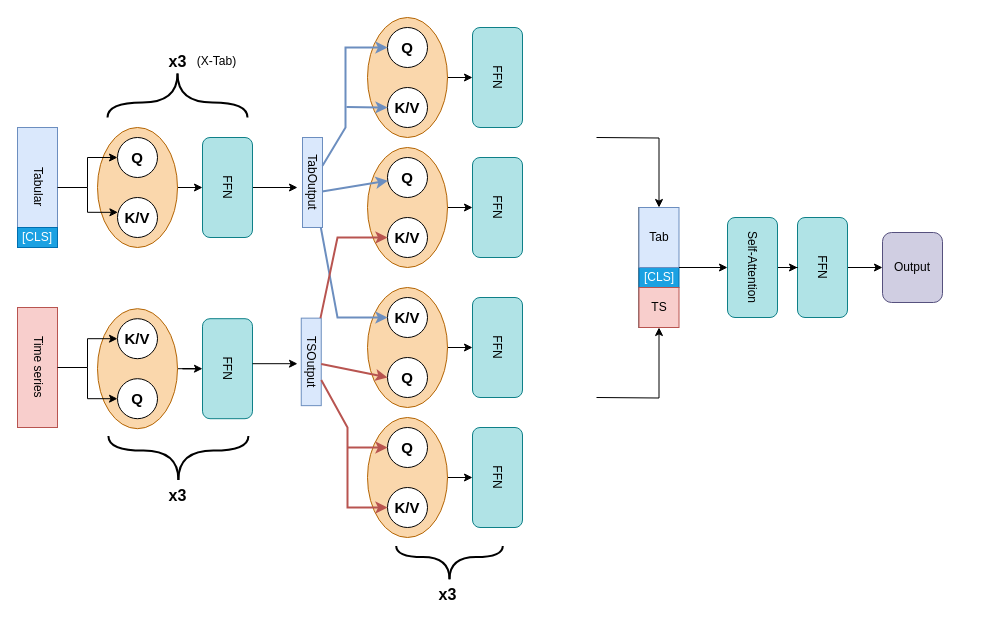
Above: CrossXTab_did.drawio in Jeremstym/MulModVM (draw.io), before the change. Source tidied: cells renumbered, new cells numbered last; positions are measured from the earlier drawing's top-left corner, leaving out a move shared by most shapes. Both pictures are drawn from the tidied source at 100%, with x=0, y=0 at pixel (17, 27).
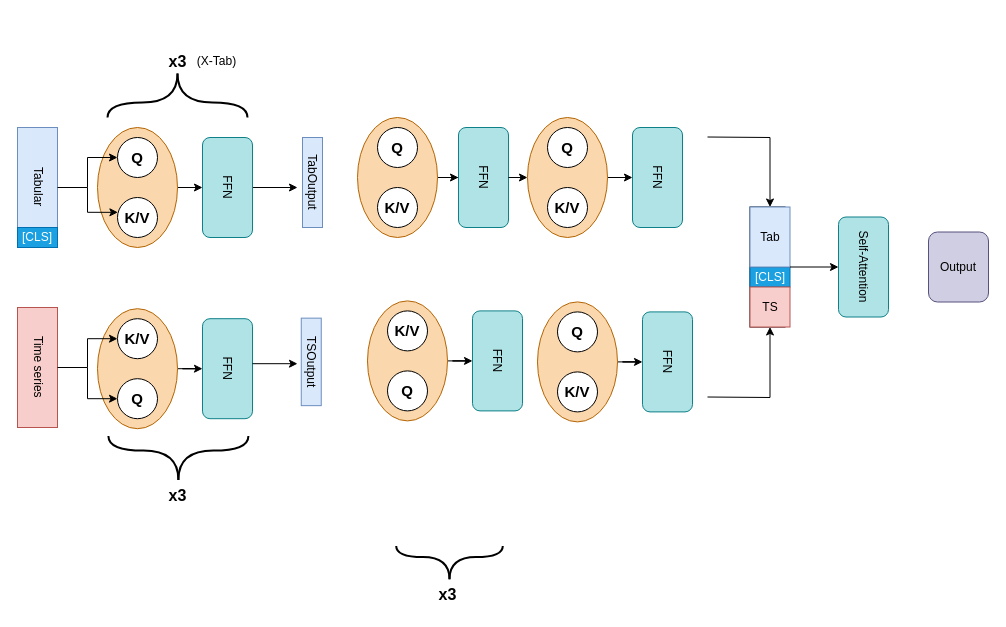
The same page after the edit.

Commit message (it also covers changes not shown here):
Mettre à jour CrossXTab_did.drawio

The change refers to these unchanged cells:
```xml
<mxCell id="16" value="TabOutput" style="rounded=0;whiteSpace=wrap;html=1;rotation=90;fillColor=#dae8fc;strokeColor=#6c8ebf;" parent="1" vertex="1">
  <mxGeometry x="250" y="145" width="90" height="20" as="geometry" />
</mxCell>
<mxCell id="18" value="TSOutput" style="rounded=0;whiteSpace=wrap;html=1;rotation=90;fillColor=#dae8fc;strokeColor=#6c8ebf;" parent="1" vertex="1">
  <mxGeometry x="250" y="324.4" width="87.5" height="20" as="geometry" />
</mxCell>
```

Change to the diagram source:
```diff
@@
     <mxCell id="19" style="rounded=0;whiteSpace=wrap;html=1;rotation=90;" parent="1" vertex="1">
-      <mxGeometry x="579" y="222.5" width="120" height="35" as="geometry" />
+      <mxGeometry x="690" y="222" width="120" height="35" as="geometry" />
     </mxCell>
     <mxCell id="20" value="[CLS]" style="rounded=0;whiteSpace=wrap;html=1;fillColor=#1ba1e2;fontColor=#ffffff;strokeColor=#006EAF;" parent="1" vertex="1">
-      <mxGeometry x="621.5" y="240" width="40" height="20" as="geometry" />
+      <mxGeometry x="732.5" y="239.5" width="40" height="20" as="geometry" />
     </mxCell>
     <mxCell id="21" value="Tab" style="rounded=0;whiteSpace=wrap;html=1;fillColor=#dae8fc;strokeColor=#6c8ebf;" parent="1" vertex="1">
-      <mxGeometry x="621.5" y="180" width="40" height="60" as="geometry" />
+      <mxGeometry x="732.5" y="179.5" width="40" height="60" as="geometry" />
     </mxCell>
     <mxCell id="22" value="TS" style="rounded=0;whiteSpace=wrap;html=1;fillColor=#f8cecc;strokeColor=#b85450;" parent="1" vertex="1">
-      <mxGeometry x="621.5" y="260" width="40" height="40" as="geometry" />
+      <mxGeometry x="732.5" y="259.5" width="40" height="40" as="geometry" />
     </mxCell>
     <mxCell id="23" style="endArrow=classic;html=1;rounded=0;edgeStyle=orthogonalEdgeStyle;entryX=0.5;entryY=0;entryDx=0;entryDy=0;" parent="1" edge="1" target="21">
       <mxGeometry relative="1" as="geometry">
-        <mxPoint x="579" y="110" as="sourcePoint" />
+        <mxPoint x="690" y="109.5" as="sourcePoint" />
       </mxGeometry>
     </mxCell>
     <mxCell id="24" style="endArrow=classic;html=1;rounded=0;edgeStyle=orthogonalEdgeStyle;entryX=0.5;entryY=1;entryDx=0;entryDy=0;" parent="1" edge="1" target="22">
       <mxGeometry relative="1" as="geometry">
-        <mxPoint x="579" y="370" as="sourcePoint" />
+        <mxPoint x="690" y="369.5" as="sourcePoint" />
       </mxGeometry>
     </mxCell>
-    <mxCell id="25" style="edgeStyle=orthogonalEdgeStyle;rounded=0;jettySize=auto;html=1;entryX=0;entryY=0.5;entryDx=0;entryDy=0;" parent="1" edge="1" source="26" target="30">
-      <mxGeometry relative="1" as="geometry" />
-    </mxCell>
-    <mxCell id="26" value="FFN" style="rounded=1;whiteSpace=wrap;html=1;rotation=90;fillColor=#b0e3e6;strokeColor=#0e8088;" parent="1" vertex="1">
-      <mxGeometry x="755" y="215" width="100" height="50" as="geometry" />
-    </mxCell>
-    <mxCell id="27" style="edgeStyle=orthogonalEdgeStyle;rounded=0;jettySize=auto;html=1;" parent="1" edge="1" source="28" target="26">
-      <mxGeometry relative="1" as="geometry" />
-    </mxCell>
     <mxCell id="28" value="Self-Attention" style="rounded=1;whiteSpace=wrap;html=1;rotation=90;fillColor=#b0e3e6;strokeColor=#0e8088;" parent="1" vertex="1">
-      <mxGeometry x="685" y="215" width="100" height="50" as="geometry" />
+      <mxGeometry x="796" y="214.5" width="100" height="50" as="geometry" />
     </mxCell>
     <mxCell id="29" style="endArrow=classic;html=1;rounded=0;entryX=0.5;entryY=1;entryDx=0;entryDy=0;" parent="1" edge="1" target="28">
       <mxGeometry relative="1" as="geometry">
-        <mxPoint x="661.5" y="240" as="sourcePoint" />
+        <mxPoint x="772.5" y="239.5" as="sourcePoint" />
       </mxGeometry>
     </mxCell>
     <mxCell id="30" value="Output" style="rounded=1;whiteSpace=wrap;html=1;fillColor=#d0cee2;strokeColor=#56517e;" parent="1" vertex="1">
-      <mxGeometry x="865" y="205" width="60" height="70" as="geometry" />
+      <mxGeometry x="911" y="204.5" width="60" height="70" as="geometry" />
     </mxCell>
@@
-    <mxCell id="45" style="edgeStyle=orthogonalEdgeStyle;rounded=0;jettySize=auto;html=1;" parent="1" edge="1" source="46" target="61">
+    <mxCell id="45" style="edgeStyle=orthogonalEdgeStyle;rounded=0;jettySize=auto;html=1;entryX=0.5;entryY=1;entryDx=0;entryDy=0;" parent="1" edge="1" source="46" target="61">
       <mxGeometry relative="1" as="geometry" />
     </mxCell>
     <mxCell id="46" style="ellipse;whiteSpace=wrap;html=1;rotation=90;fillColor=#fad7ac;strokeColor=#b46504;" parent="1" vertex="1">
-      <mxGeometry x="330" y="10" width="120" height="80" as="geometry" />
+      <mxGeometry x="320" y="110" width="120" height="80" as="geometry" />
     </mxCell>
     <mxCell id="47" value="&lt;font size=&quot;1&quot;&gt;&lt;b style=&quot;font-size: 15px;&quot;&gt;Q&lt;/b&gt;&lt;/font&gt;" style="ellipse;whiteSpace=wrap;html=1;" parent="1" vertex="1">
-      <mxGeometry x="370" width="40" height="40" as="geometry" />
+      <mxGeometry x="360" y="100" width="40" height="40" as="geometry" />
     </mxCell>
     <mxCell id="48" value="&lt;font size=&quot;1&quot;&gt;&lt;b style=&quot;font-size: 15px;&quot;&gt;K/V&lt;/b&gt;&lt;/font&gt;" style="ellipse;whiteSpace=wrap;html=1;" parent="1" vertex="1">
-      <mxGeometry x="370" y="60" width="40" height="40" as="geometry" />
+      <mxGeometry x="360" y="160" width="40" height="40" as="geometry" />
     </mxCell>
@@
     <mxCell id="50" style="ellipse;whiteSpace=wrap;html=1;rotation=90;fillColor=#fad7ac;strokeColor=#b46504;" parent="1" vertex="1">
-      <mxGeometry x="330" y="140" width="120" height="80" as="geometry" />
+      <mxGeometry x="490" y="110" width="120" height="80" as="geometry" />
     </mxCell>
     <mxCell id="51" value="&lt;font size=&quot;1&quot;&gt;&lt;b style=&quot;font-size: 15px;&quot;&gt;Q&lt;/b&gt;&lt;/font&gt;" style="ellipse;whiteSpace=wrap;html=1;" parent="1" vertex="1">
-      <mxGeometry x="370" y="130" width="40" height="40" as="geometry" />
+      <mxGeometry x="530" y="100" width="40" height="40" as="geometry" />
     </mxCell>
     <mxCell id="52" value="&lt;font size=&quot;1&quot;&gt;&lt;b style=&quot;font-size: 15px;&quot;&gt;K/V&lt;/b&gt;&lt;/font&gt;" style="ellipse;whiteSpace=wrap;html=1;" parent="1" vertex="1">
-      <mxGeometry x="370" y="190" width="40" height="40" as="geometry" />
+      <mxGeometry x="530" y="160" width="40" height="40" as="geometry" />
     </mxCell>
@@
     <mxCell id="54" style="ellipse;whiteSpace=wrap;html=1;rotation=90;fillColor=#fad7ac;strokeColor=#b46504;" parent="1" vertex="1">
-      <mxGeometry x="330" y="280" width="120" height="80" as="geometry" />
+      <mxGeometry x="330" y="293.4" width="120" height="80" as="geometry" />
     </mxCell>
     <mxCell id="55" value="&lt;font size=&quot;1&quot;&gt;&lt;b style=&quot;font-size: 15px;&quot;&gt;K/V&lt;/b&gt;&lt;/font&gt;" style="ellipse;whiteSpace=wrap;html=1;" parent="1" vertex="1">
-      <mxGeometry x="370" y="270" width="40" height="40" as="geometry" />
+      <mxGeometry x="370" y="283.4" width="40" height="40" as="geometry" />
     </mxCell>
     <mxCell id="56" value="&lt;font size=&quot;1&quot;&gt;&lt;b style=&quot;font-size: 15px;&quot;&gt;Q&lt;/b&gt;&lt;/font&gt;" style="ellipse;whiteSpace=wrap;html=1;" parent="1" vertex="1">
-      <mxGeometry x="370" y="330" width="40" height="40" as="geometry" />
+      <mxGeometry x="370" y="343.4" width="40" height="40" as="geometry" />
     </mxCell>
@@
     <mxCell id="58" style="ellipse;whiteSpace=wrap;html=1;rotation=90;fillColor=#fad7ac;strokeColor=#b46504;" parent="1" vertex="1">
-      <mxGeometry x="330" y="410" width="120" height="80" as="geometry" />
+      <mxGeometry x="500" y="294.4" width="120" height="80" as="geometry" />
     </mxCell>
     <mxCell id="59" value="&lt;font size=&quot;1&quot;&gt;&lt;b style=&quot;font-size: 15px;&quot;&gt;Q&lt;/b&gt;&lt;/font&gt;" style="ellipse;whiteSpace=wrap;html=1;" parent="1" vertex="1">
-      <mxGeometry x="370" y="400" width="40" height="40" as="geometry" />
+      <mxGeometry x="540" y="284.4" width="40" height="40" as="geometry" />
     </mxCell>
     <mxCell id="60" value="&lt;font size=&quot;1&quot;&gt;&lt;b style=&quot;font-size: 15px;&quot;&gt;K/V&lt;/b&gt;&lt;/font&gt;" style="ellipse;whiteSpace=wrap;html=1;" parent="1" vertex="1">
-      <mxGeometry x="370" y="460" width="40" height="40" as="geometry" />
+      <mxGeometry x="540" y="344.4" width="40" height="40" as="geometry" />
     </mxCell>
     <mxCell id="61" value="FFN" style="rounded=1;whiteSpace=wrap;html=1;rotation=90;fillColor=#b0e3e6;strokeColor=#0e8088;" parent="1" vertex="1">
-      <mxGeometry x="430" y="25" width="100" height="50" as="geometry" />
+      <mxGeometry x="416" y="125" width="100" height="50" as="geometry" />
     </mxCell>
     <mxCell id="62" value="FFN" style="rounded=1;whiteSpace=wrap;html=1;rotation=90;fillColor=#b0e3e6;strokeColor=#0e8088;" parent="1" vertex="1">
-      <mxGeometry x="430" y="155" width="100" height="50" as="geometry" />
+      <mxGeometry x="590" y="125" width="100" height="50" as="geometry" />
     </mxCell>
     <mxCell id="63" style="edgeStyle=orthogonalEdgeStyle;rounded=0;jettySize=auto;html=1;exitX=1;exitY=0.5;exitDx=0;exitDy=0;" parent="1" edge="1" source="64">
       <mxGeometry relative="1" as="geometry">
-        <mxPoint x="480.2" y="370.4" as="targetPoint" />
+        <mxPoint x="480.2" y="383.8" as="targetPoint" />
       </mxGeometry>
     </mxCell>
     <mxCell id="64" value="FFN" style="rounded=1;whiteSpace=wrap;html=1;rotation=90;fillColor=#b0e3e6;strokeColor=#0e8088;" parent="1" vertex="1">
-      <mxGeometry x="430" y="295" width="100" height="50" as="geometry" />
+      <mxGeometry x="430" y="308.4" width="100" height="50" as="geometry" />
     </mxCell>
     <mxCell id="65" value="FFN" style="rounded=1;whiteSpace=wrap;html=1;rotation=90;fillColor=#b0e3e6;strokeColor=#0e8088;" parent="1" vertex="1">
-      <mxGeometry x="430" y="425" width="100" height="50" as="geometry" />
+      <mxGeometry x="600" y="309.4" width="100" height="50" as="geometry" />
     </mxCell>
@@
-    <mxCell id="70" style="edgeStyle=orthogonalEdgeStyle;rounded=0;jettySize=auto;html=1;entryX=0;entryY=0.5;entryDx=0;entryDy=0;fillColor=#dae8fc;strokeColor=#6c8ebf;strokeWidth=2;" parent="1" edge="1" source="16" target="47">
-      <mxGeometry relative="1" as="geometry">
-        <Array as="points">
-          <mxPoint x="328" y="100" />
-          <mxPoint x="328" y="20" />
-        </Array>
-      </mxGeometry>
-    </mxCell>
-    <mxCell id="71" style="edgeStyle=orthogonalEdgeStyle;rounded=0;jettySize=auto;html=1;entryX=0;entryY=0.5;entryDx=0;entryDy=0;fillColor=#f8cecc;strokeColor=#b85450;strokeWidth=2;" parent="1" edge="1" source="18" target="60">
-      <mxGeometry relative="1" as="geometry">
-        <Array as="points">
-          <mxPoint x="330" y="400" />
-          <mxPoint x="330" y="480" />
-        </Array>
-      </mxGeometry>
-    </mxCell>
-    <mxCell id="72" style="endArrow=classic;html=1;rounded=0;fillColor=#f8cecc;strokeColor=#b85450;strokeWidth=2;" parent="1" edge="1" target="59">
-      <mxGeometry relative="1" as="geometry">
-        <mxPoint x="330" y="420" as="sourcePoint" />
-      </mxGeometry>
-    </mxCell>
-    <mxCell id="73" style="endArrow=classic;html=1;rounded=0;fillColor=#dae8fc;strokeColor=#6c8ebf;strokeWidth=2;" parent="1" edge="1" target="48">
-      <mxGeometry relative="1" as="geometry">
-        <mxPoint x="329" y="79.6" as="sourcePoint" />
-      </mxGeometry>
-    </mxCell>
-    <mxCell id="74" style="rounded=0;jettySize=auto;html=1;entryX=0;entryY=0.5;entryDx=0;entryDy=0;fillColor=#f8cecc;strokeColor=#b85450;strokeWidth=2;" parent="1" edge="1" source="18" target="56">
-      <mxGeometry relative="1" as="geometry" />
-    </mxCell>
-    <mxCell id="75" style="rounded=0;jettySize=auto;html=1;fillColor=#dae8fc;strokeColor=#6c8ebf;strokeWidth=2;exitX=0.6;exitY=0.021;exitDx=0;exitDy=0;exitPerimeter=0;" parent="1" edge="1" source="16" target="51">
-      <mxGeometry relative="1" as="geometry" />
-    </mxCell>
-    <mxCell id="76" style="edgeStyle=orthogonalEdgeStyle;rounded=0;jettySize=auto;html=1;entryX=0;entryY=0.5;entryDx=0;entryDy=0;fillColor=#dae8fc;strokeColor=#6c8ebf;strokeWidth=2;" parent="1" edge="1" source="16" target="55">
-      <mxGeometry relative="1" as="geometry">
-        <Array as="points">
-          <mxPoint x="320" y="290" />
-        </Array>
-      </mxGeometry>
-    </mxCell>
-    <mxCell id="77" style="edgeStyle=orthogonalEdgeStyle;rounded=0;jettySize=auto;html=1;entryX=0;entryY=0.5;entryDx=0;entryDy=0;fillColor=#f8cecc;strokeColor=#b85450;strokeWidth=2;" parent="1" edge="1" source="18" target="52">
-      <mxGeometry relative="1" as="geometry">
-        <Array as="points">
-          <mxPoint x="320" y="210" />
-        </Array>
-      </mxGeometry>
-    </mxCell>
+    <mxCell id="78" style="endArrow=classic;html=1;rounded=0;entryX=0.5;entryY=1;entryDx=0;entryDy=0;exitX=0.5;exitY=0;exitDx=0;exitDy=0;" parent="1" edge="1" source="61" target="50">
+      <mxGeometry relative="1" as="geometry" />
+    </mxCell>
```
